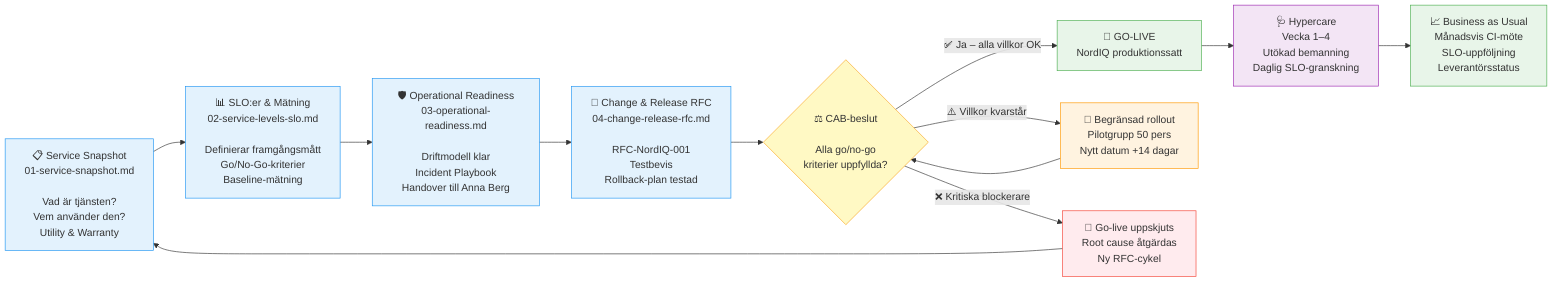
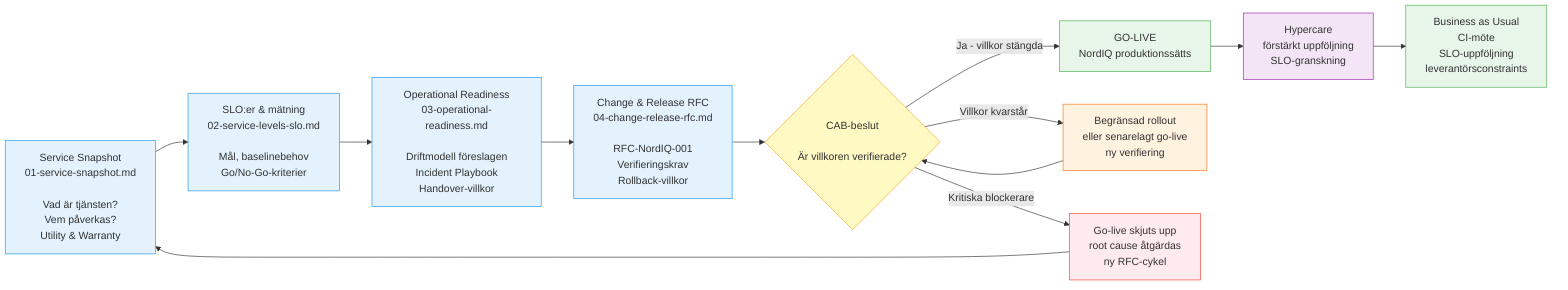
flowchart LR
-     A[📋 Service Snapshot\n01-service-snapshot.md\n\nVad är tjänsten?\nVem använder den?\nUtility & Warranty] --> B
+     A[Service Snapshot\n01-service-snapshot.md\n\nVad är tjänsten?\nVem påverkas?\nUtility & Warranty] --> B

-     B[📊 SLO:er & Mätning\n02-service-levels-slo.md\n\nDefinierar framgångsmått\nGo/No-Go-kriterier\nBaseline-mätning] --> C
+     B[SLO:er & mätning\n02-service-levels-slo.md\n\nMål, baselinebehov\nGo/No-Go-kriterier] --> C

-     C[🛡️ Operational Readiness\n03-operational-readiness.md\n\nDriftmodell klar\nIncident Playbook\nHandover till Anna Berg] --> D
+     C[Operational Readiness\n03-operational-readiness.md\n\nDriftmodell föreslagen\nIncident Playbook\nHandover-villkor] --> D

-     D[📝 Change & Release RFC\n04-change-release-rfc.md\n\nRFC-NordIQ-001\nTestbevis\nRollback-plan testad] --> E
+     D[Change & Release RFC\n04-change-release-rfc.md\n\nRFC-NordIQ-001\nVerifieringskrav\nRollback-villkor] --> E

-     E{⚖️ CAB-beslut\n\nAlla go/no-go\nkriterier uppfyllda?}
+     E{CAB-beslut\n\nÄr villkoren verifierade?}

-     E -->|✅ Ja – alla villkor OK| F[🚀 GO-LIVE\nNordIQ produktionssatt]
-     E -->|⚠️ Villkor kvarstår| G[🔄 Begränsad rollout\nPilotgrupp 50 pers\nNytt datum +14 dagar]
-     E -->|❌ Kritiska blockerare| H[🛑 Go-live uppskjuts\nRoot cause åtgärdas\nNy RFC-cykel]
+     E -->|Ja - villkor stängda| F[GO-LIVE\nNordIQ produktionssätts]
+     E -->|Villkor kvarstår| G[Begränsad rollout\neller senarelagt go-live\nny verifiering]
+     E -->|Kritiska blockerare| H[Go-live skjuts upp\nroot cause åtgärdas\nny RFC-cykel]

    G --> E
    H --> A

-     F --> I[🩺 Hypercare\nVecka 1–4\nUtökad bemanning\nDaglig SLO-granskning]
-     I --> J[📈 Business as Usual\nMånadsvis CI-möte\nSLO-uppföljning\nLeverantörsstatus]
+     F --> I[Hypercare\nförstärkt uppföljning\nSLO-granskning]
+     I --> J[Business as Usual\nCI-möte\nSLO-uppföljning\nleverantörsconstraints]

    style A fill:#e3f2fd,stroke:#2196F3
    style B fill:#e3f2fd,stroke:#2196F3
    style C fill:#e3f2fd,stroke:#2196F3
    style D fill:#e3f2fd,stroke:#2196F3
    style E fill:#fff9c4,stroke:#F9A825
    style F fill:#e8f5e9,stroke:#4CAF50
-     style G fill:#fff3e0,stroke:#FF9800
+     style G fill:#fff3e0,stroke:#F97316
    style H fill:#ffebee,stroke:#F44336
    style I fill:#f3e5f5,stroke:#9C27B0
    style J fill:#e8f5e9,stroke:#4CAF50
